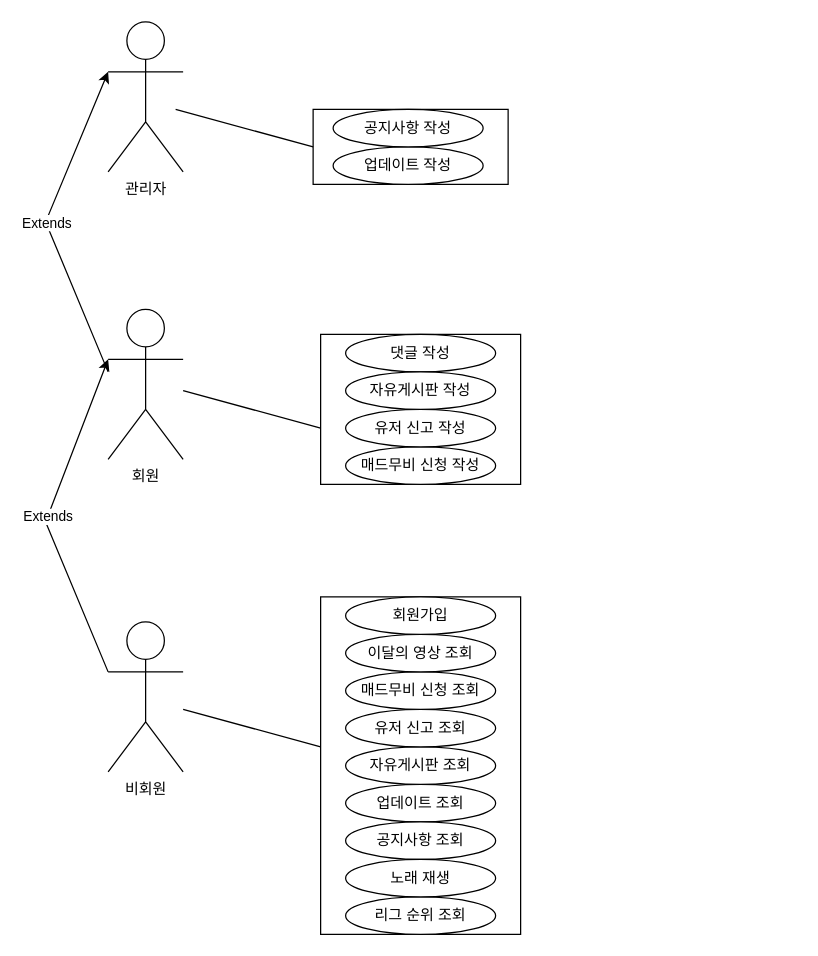
This is 개인프로젝트1 유스케이스.drawio from BiniNara/bini, a draw.io file, before an edit. Source tidied: cells renumbered, new cells numbered last; positions are measured from the earlier drawing's top-left corner, leaving out a move shared by most shapes. Both pictures are drawn from the tidied source at 125%, with x=0, y=0 at pixel (45, 21).
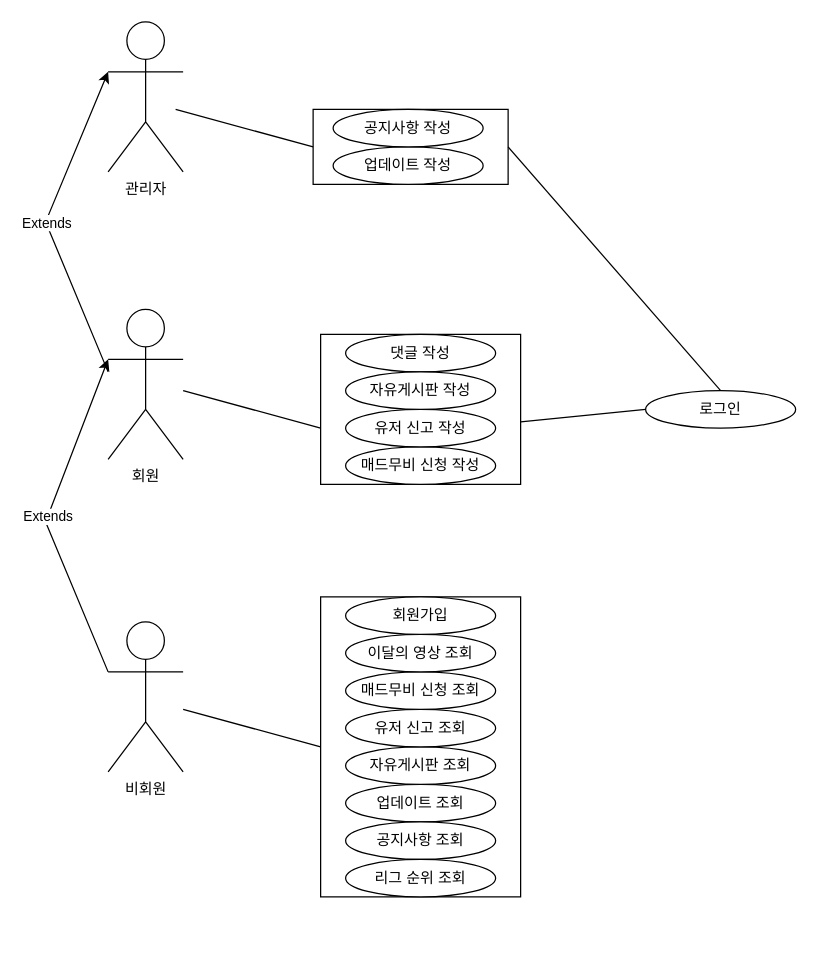
The same diagram, later.

Commit message:
개인프로젝트1 유스케이스.drawio 업데이트

Unchanged cells that the change refers to:
```xml
<mxCell id="2" style="rounded=0;whiteSpace=wrap;html=1;" parent="1" vertex="1">
  <mxGeometry x="214" y="70" width="156" height="60" as="geometry" />
</mxCell>
<mxCell id="3" style="rounded=0;whiteSpace=wrap;html=1;" parent="1" vertex="1">
  <mxGeometry x="220" y="250" width="160" height="120" as="geometry" />
</mxCell>
```

Change to the diagram source:
```diff
@@
     <mxCell id="4" style="rounded=0;whiteSpace=wrap;html=1;" parent="1" vertex="1">
-      <mxGeometry x="220" y="460" width="160" height="270" as="geometry" />
+      <mxGeometry x="220" y="460" width="160" height="240" as="geometry" />
     </mxCell>
@@
     <mxCell id="19" value="리그 순위 조회" style="ellipse;whiteSpace=wrap;html=1;" parent="1" vertex="1">
-      <mxGeometry x="240" y="700" width="120" height="30" as="geometry" />
+      <mxGeometry x="240" y="670" width="120" height="30" as="geometry" />
     </mxCell>
-    <mxCell id="20" value="노래 재생" style="ellipse;whiteSpace=wrap;html=1;" parent="1" vertex="1">
-      <mxGeometry x="240" y="670" width="120" height="30" as="geometry" />
-    </mxCell>
@@
+    <mxCell id="30" value="로그인" style="ellipse;whiteSpace=wrap;html=1;" parent="1" vertex="1">
+      <mxGeometry x="480" y="295" width="120" height="30" as="geometry" />
+    </mxCell>
+    <mxCell id="31" style="endArrow=none;html=1;rounded=0;entryX=0;entryY=0.5;entryDx=0;entryDy=0;exitX=1;exitY=0.583;exitDx=0;exitDy=0;exitPerimeter=0;" parent="1" edge="1" source="3" target="30">
+      <mxGeometry relative="1" as="geometry" />
+    </mxCell>
+    <mxCell id="32" style="endArrow=none;html=1;rounded=0;entryX=0.5;entryY=0;entryDx=0;entryDy=0;exitX=1;exitY=0.5;exitDx=0;exitDy=0;" parent="1" edge="1" source="2" target="30">
+      <mxGeometry relative="1" as="geometry" />
+    </mxCell>
```
